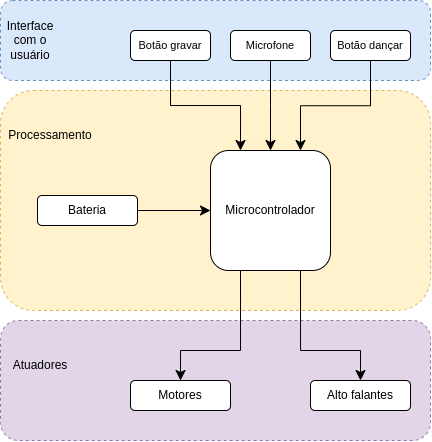
Earlier version of the draw.io export projetos/cacto_dancante/images/diagrama_estrutural.png (vm-bertini/ea075-2023.1). Source tidied: cells renumbered, new cells last; positions are measured from the earlier drawing's top-left corner, leaving out a move shared by most shapes.
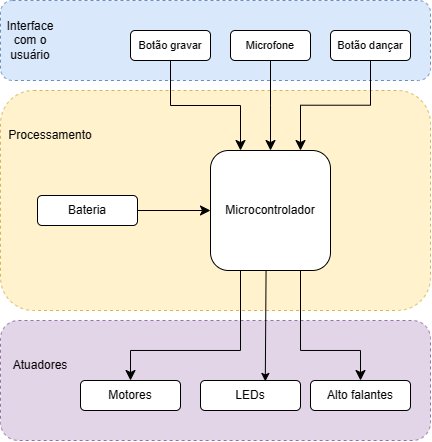
The same diagram one commit later.

What changed in the source:
```diff
@@ -42,19 +42,16 @@
       <mxGeometry relative="1" as="geometry" />
     </mxCell>
     <mxCell id="15" value="Motores" style="rounded=1;whiteSpace=wrap;html=1;" parent="1" vertex="1">
-      <mxGeometry x="130" y="380" width="100" height="30" as="geometry" />
+      <mxGeometry x="80" y="380" width="100" height="30" as="geometry" />
     </mxCell>
     <mxCell id="16" style="edgeStyle=orthogonalEdgeStyle;elbow=horizontal;endArrow=classic;html=1;rounded=0;endSize=8;startSize=8;exitX=0.25;exitY=1;exitDx=0;exitDy=0;entryX=0.5;entryY=0;entryDx=0;entryDy=0;" parent="1" edge="1" source="11" target="15">
       <mxGeometry relative="1" as="geometry">
         <Array as="points">
           <mxPoint x="240" y="350" />
-          <mxPoint x="180" y="350" />
+          <mxPoint x="130" y="350" />
         </Array>
       </mxGeometry>
     </mxCell>
-    <mxCell id="17" style="edgeStyle=segmentEdgeStyle;endArrow=classic;html=1;curved=0;rounded=0;endSize=8;startSize=8;entryX=0.75;entryY=0;entryDx=0;entryDy=0;" parent="1" edge="1" source="6" target="15">
-      <mxGeometry relative="1" as="geometry" />
-    </mxCell>
     <mxCell id="18" value="Alto falantes" style="rounded=1;whiteSpace=wrap;html=1;" parent="1" vertex="1">
       <mxGeometry x="310" y="380" width="100" height="30" as="geometry" />
     </mxCell>
@@ -72,5 +69,11 @@
     <mxCell id="21" style="edgeStyle=segmentEdgeStyle;endArrow=classic;html=1;curved=0;rounded=0;endSize=8;startSize=8;entryX=0;entryY=0.5;entryDx=0;entryDy=0;exitX=1;exitY=0.5;exitDx=0;exitDy=0;" parent="1" edge="1" source="20" target="11">
       <mxGeometry relative="1" as="geometry" />
     </mxCell>
+    <mxCell id="22" value="LEDs" style="rounded=1;whiteSpace=wrap;html=1;" parent="1" vertex="1">
+      <mxGeometry x="200" y="380" width="100" height="30" as="geometry" />
+    </mxCell>
+    <mxCell id="23" style="endArrow=classic;html=1;rounded=0;exitX=0.463;exitY=1.002;exitDx=0;exitDy=0;exitPerimeter=0;entryX=0.648;entryY=0.031;entryDx=0;entryDy=0;entryPerimeter=0;" parent="1" edge="1" source="11" target="22">
+      <mxGeometry relative="1" as="geometry" />
+    </mxCell>
   </root>
 </mxGraphModel>
```
